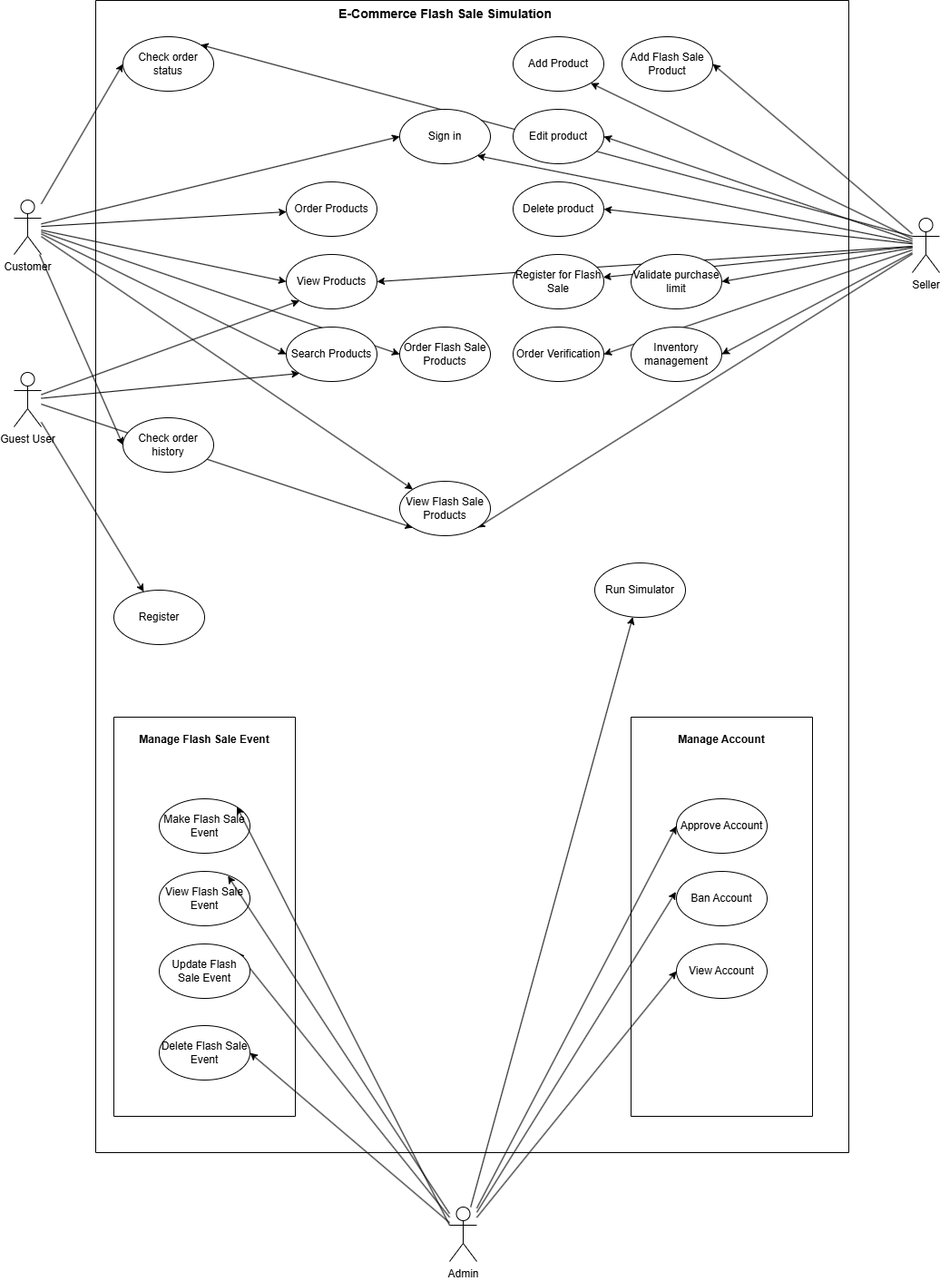
Before: docs/useCaseDiagram.png, a diagram exported from draw.io (Zahiitg/LAb211-Group3). Source tidied: cells renumbered, new cells last; positions are measured from the earlier drawing's top-left corner, leaving out a move shared by most shapes.
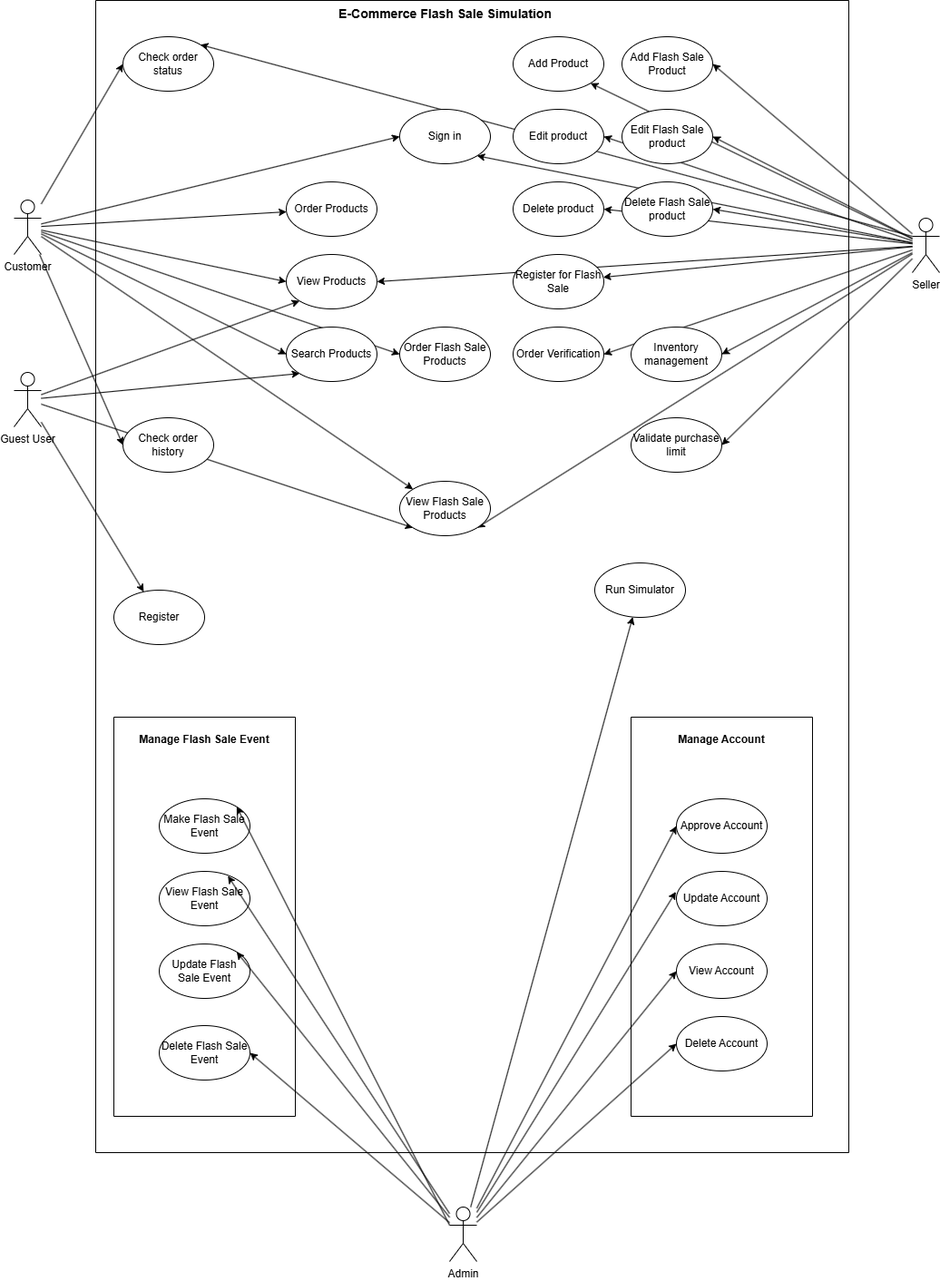
After the change.

Commit message:
update use case diagram

The edit, as a diff of the source:
```diff
@@ -68,6 +68,12 @@
     <mxCell id="23" style="rounded=0;jettySize=auto;html=1;entryX=1;entryY=0.5;entryDx=0;entryDy=0;" parent="1" edge="1" source="24" target="48">
       <mxGeometry relative="1" as="geometry" />
     </mxCell>
+    <mxCell id="69" style="rounded=0;jettySize=auto;html=1;entryX=1;entryY=0.5;entryDx=0;entryDy=0;" parent="1" edge="1" source="24" target="72">
+      <mxGeometry relative="1" as="geometry" />
+    </mxCell>
+    <mxCell id="70" style="rounded=0;jettySize=auto;html=1;entryX=1;entryY=0.5;entryDx=0;entryDy=0;" parent="1" edge="1" source="24" target="73">
+      <mxGeometry relative="1" as="geometry" />
+    </mxCell>
     <mxCell id="24" value="Seller" style="shape=umlActor;verticalLabelPosition=bottom;verticalAlign=top;html=1;outlineConnect=0;" parent="1" vertex="1">
       <mxGeometry x="990" y="240" width="30" height="60" as="geometry" />
     </mxCell>
@@ -77,15 +83,15 @@
     <mxCell id="26" style="rounded=0;jettySize=auto;html=1;entryX=1;entryY=0.5;entryDx=0;entryDy=0;" parent="1" edge="1" source="30" target="59">
       <mxGeometry relative="1" as="geometry" />
     </mxCell>
-    <mxCell id="27" style="rounded=0;jettySize=auto;html=1;entryX=1;entryY=0;entryDx=0;entryDy=0;" parent="1" edge="1" source="30" target="58">
-      <mxGeometry relative="1" as="geometry" />
-    </mxCell>
     <mxCell id="28" style="rounded=0;jettySize=auto;html=1;entryX=0;entryY=0.5;entryDx=0;entryDy=0;" parent="1" edge="1" source="30" target="63">
       <mxGeometry relative="1" as="geometry" />
     </mxCell>
     <mxCell id="29" style="rounded=0;jettySize=auto;html=1;entryX=0;entryY=0.5;entryDx=0;entryDy=0;" parent="1" edge="1" source="30" target="65">
       <mxGeometry relative="1" as="geometry" />
     </mxCell>
+    <mxCell id="71" style="rounded=0;jettySize=auto;html=1;entryX=0;entryY=0.5;entryDx=0;entryDy=0;" parent="1" edge="1" source="30" target="74">
+      <mxGeometry relative="1" as="geometry" />
+    </mxCell>
     <mxCell id="30" value="Admin" style="shape=umlActor;verticalLabelPosition=bottom;verticalAlign=top;html=1;outlineConnect=0;" parent="1" vertex="1">
       <mxGeometry x="480" y="1330" width="30" height="60" as="geometry" />
     </mxCell>
@@ -129,7 +135,7 @@
       <mxGeometry x="590" y="360" width="100" height="60" as="geometry" />
     </mxCell>
     <mxCell id="44" value="&lt;span style=&quot;&quot;&gt;V&lt;/span&gt;&lt;span style=&quot;&quot;&gt;alidate purchase limit&lt;/span&gt;" style="ellipse;whiteSpace=wrap;html=1;" parent="31" vertex="1">
-      <mxGeometry x="590" y="280" width="100" height="60" as="geometry" />
+      <mxGeometry x="590" y="460" width="100" height="60" as="geometry" />
     </mxCell>
     <mxCell id="45" value="Check order status" style="ellipse;whiteSpace=wrap;html=1;" parent="31" vertex="1">
       <mxGeometry x="30" y="40" width="100" height="60" as="geometry" />
@@ -154,6 +160,12 @@
     <mxCell id="51" value="&lt;div&gt;Sign in&lt;/div&gt;" style="ellipse;whiteSpace=wrap;html=1;" parent="31" vertex="1">
       <mxGeometry x="335" y="120" width="100" height="60" as="geometry" />
     </mxCell>
+    <mxCell id="72" value="Edit Flash Sale product" style="ellipse;whiteSpace=wrap;html=1;" parent="31" vertex="1">
+      <mxGeometry x="580" y="120" width="100" height="60" as="geometry" />
+    </mxCell>
+    <mxCell id="73" value="Delete Flash Sale product" style="ellipse;whiteSpace=wrap;html=1;" parent="31" vertex="1">
+      <mxGeometry x="580" y="200" width="100" height="60" as="geometry" />
+    </mxCell>
     <mxCell id="52" style="rounded=0;jettySize=auto;html=1;entryX=0;entryY=1;entryDx=0;entryDy=0;" parent="1" edge="1" source="54" target="37">
       <mxGeometry relative="1" as="geometry" />
     </mxCell>
@@ -190,7 +202,7 @@
     <mxCell id="63" value="Approve Account" style="ellipse;whiteSpace=wrap;html=1;" parent="62" vertex="1">
       <mxGeometry x="50" y="90" width="100" height="60" as="geometry" />
     </mxCell>
-    <mxCell id="64" value="Ban Account" style="ellipse;whiteSpace=wrap;html=1;" parent="62" vertex="1">
+    <mxCell id="64" value="Update Account" style="ellipse;whiteSpace=wrap;html=1;" parent="62" vertex="1">
       <mxGeometry x="50" y="170" width="100" height="60" as="geometry" />
     </mxCell>
     <mxCell id="65" value="&lt;span style=&quot;background-color: transparent; color: light-dark(rgb(0, 0, 0), rgb(255, 255, 255));&quot;&gt;View Account&lt;/span&gt;" style="ellipse;whiteSpace=wrap;html=1;" parent="62" vertex="1">
@@ -199,11 +211,17 @@
     <mxCell id="66" value="&lt;b&gt;Manage Account&lt;/b&gt;" style="text;html=1;whiteSpace=wrap;strokeColor=none;fillColor=none;align=center;verticalAlign=middle;rounded=0;" parent="62" vertex="1">
       <mxGeometry x="25" y="10" width="150" height="30" as="geometry" />
     </mxCell>
+    <mxCell id="74" value="&lt;span style=&quot;background-color: transparent; color: light-dark(rgb(0, 0, 0), rgb(255, 255, 255));&quot;&gt;Delete Account&lt;/span&gt;" style="ellipse;whiteSpace=wrap;html=1;" parent="62" vertex="1">
+      <mxGeometry x="50" y="330" width="100" height="60" as="geometry" />
+    </mxCell>
     <mxCell id="67" style="rounded=0;jettySize=auto;html=1;entryX=-0.006;entryY=0.375;entryDx=0;entryDy=0;entryPerimeter=0;" parent="1" edge="1" source="30" target="64">
       <mxGeometry relative="1" as="geometry" />
     </mxCell>
     <mxCell id="68" style="rounded=0;jettySize=auto;html=1;entryX=1;entryY=0;entryDx=0;entryDy=0;exitX=0;exitY=0.3333333333333333;exitDx=0;exitDy=0;exitPerimeter=0;" parent="1" edge="1" source="30" target="56">
       <mxGeometry relative="1" as="geometry" />
     </mxCell>
+    <mxCell id="27" style="rounded=0;jettySize=auto;html=1;entryX=1;entryY=0;entryDx=0;entryDy=0;" parent="1" edge="1" source="30" target="58">
+      <mxGeometry relative="1" as="geometry" />
+    </mxCell>
   </root>
 </mxGraphModel>
```
